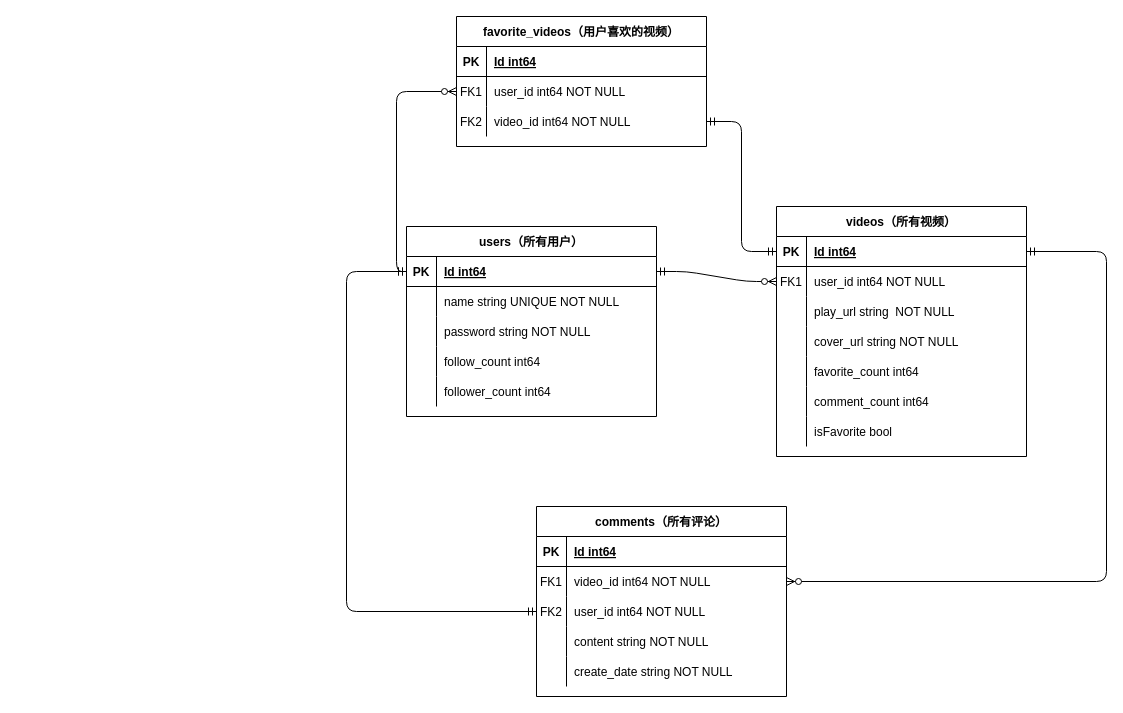
zenpk/mini-douyin keeps this draw.io diagram as ERD.drawio. Above is the earlier version. Source tidied: cells renumbered, new cells numbered last; positions are measured from the earlier drawing's top-left corner, leaving out a move shared by most shapes. Both pictures are drawn from the tidied source at 100%, with x=0, y=0 at pixel (346, 16).
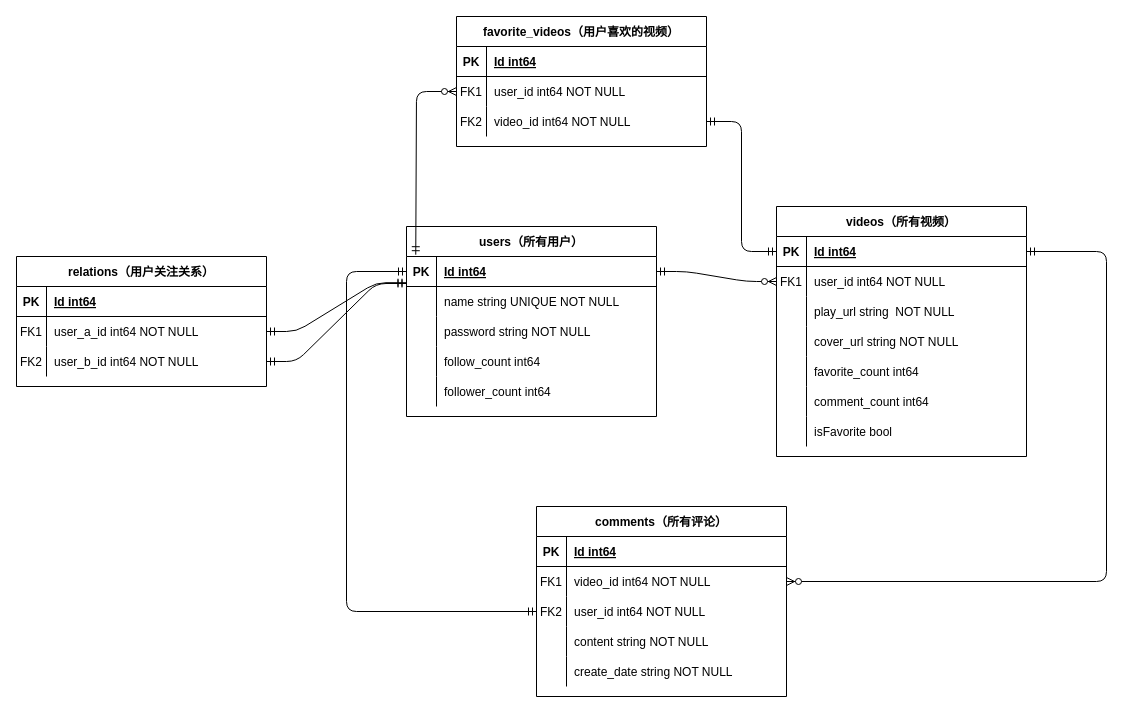
Above is the later version.

Unchanged cells that the change refers to:
```xml
<mxCell id="3" style="shape=partialRectangle;fillColor=none;points=[[0,0.5],[1,0.5]];portConstraint=eastwest;top=0;left=0;right=0;bottom=1;fontFamily=思源黑体;" parent="2" vertex="1">
  <mxGeometry y="30" width="250" height="30" as="geometry" />
</mxCell>
<mxCell id="41" style="shape=partialRectangle;fillColor=none;points=[[0,0.5],[1,0.5]];portConstraint=eastwest;top=0;left=0;right=0;bottom=1;fontFamily=思源黑体;" parent="40" vertex="1">
  <mxGeometry y="30" width="250" height="30" as="geometry" />
</mxCell>
<mxCell id="63" style="shape=partialRectangle;fillColor=none;points=[[0,0.5],[1,0.5]];portConstraint=eastwest;top=0;left=0;right=0;bottom=0;fontFamily=思源黑体;" parent="59" vertex="1">
  <mxGeometry y="60" width="250" height="30" as="geometry" />
</mxCell>
<mxCell id="66" style="shape=partialRectangle;fillColor=none;points=[[0,0.5],[1,0.5]];portConstraint=eastwest;top=0;left=0;right=0;bottom=0;fontFamily=思源黑体;" parent="59" vertex="1">
  <mxGeometry y="90" width="250" height="30" as="geometry" />
</mxCell>
```

The edit, as a diff of the source:
```diff
@@
+    <mxCell id="70" style="edgeStyle=orthogonalEdgeStyle;fontSize=12;html=1;endArrow=ERmandOne;startArrow=ERmandOne;exitX=1;exitY=0.5;exitDx=0;exitDy=0;entryX=0;entryY=0.5;entryDx=0;entryDy=0;" parent="1" edge="1" source="66" target="3">
+      <mxGeometry relative="1" as="geometry" />
+    </mxCell>
+    <mxCell id="71" value="relations（用户关注关系）" style="shape=table;startSize=30;childLayout=tableLayout;rowLines=0;fontStyle=1;align=center;fontFamily=思源黑体;" parent="1" vertex="1">
+      <mxGeometry x="-330" y="240" width="250" height="130" as="geometry" />
+    </mxCell>
+    <mxCell id="72" style="shape=partialRectangle;fillColor=none;top=0;left=0;right=0;bottom=1;fontFamily=思源黑体;" parent="71" vertex="1">
+      <mxGeometry y="30" width="250" height="30" as="geometry" />
+    </mxCell>
+    <mxCell id="73" value="PK" style="shape=partialRectangle;overflow=hidden;fillColor=none;top=0;left=0;bottom=0;right=0;fontStyle=1;fontFamily=思源黑体;" parent="72" vertex="1">
+      <mxGeometry width="30" height="30" as="geometry" />
+    </mxCell>
+    <mxCell id="74" value="Id int64" style="shape=partialRectangle;overflow=hidden;fillColor=none;top=0;left=0;bottom=0;right=0;align=left;spacingLeft=6;fontStyle=5;fontFamily=思源黑体;" parent="72" vertex="1">
+      <mxGeometry x="30" width="220" height="30" as="geometry" />
+    </mxCell>
+    <mxCell id="75" style="shape=partialRectangle;fillColor=none;points=[[0,0.5],[1,0.5]];portConstraint=eastwest;top=0;left=0;right=0;bottom=0;fontFamily=思源黑体;" parent="71" vertex="1">
+      <mxGeometry y="60" width="250" height="30" as="geometry" />
+    </mxCell>
+    <mxCell id="76" value="FK1" style="shape=partialRectangle;overflow=hidden;fillColor=none;top=0;left=0;bottom=0;right=0;fontFamily=思源黑体;" parent="75" vertex="1">
+      <mxGeometry width="30" height="30" as="geometry" />
+    </mxCell>
+    <mxCell id="77" value="user_a_id int64 NOT NULL " style="shape=partialRectangle;overflow=hidden;fillColor=none;top=0;left=0;bottom=0;right=0;align=left;spacingLeft=6;fontFamily=思源黑体;" parent="75" vertex="1">
+      <mxGeometry x="30" width="220" height="30" as="geometry" />
+    </mxCell>
+    <mxCell id="78" style="shape=partialRectangle;fillColor=none;points=[[0,0.5],[1,0.5]];portConstraint=eastwest;top=0;left=0;right=0;bottom=0;fontFamily=思源黑体;" parent="71" vertex="1">
+      <mxGeometry y="90" width="250" height="30" as="geometry" />
+    </mxCell>
+    <mxCell id="79" value="FK2" style="shape=partialRectangle;overflow=hidden;fillColor=none;top=0;left=0;bottom=0;right=0;fontFamily=思源黑体;" parent="78" vertex="1">
+      <mxGeometry width="30" height="30" as="geometry" />
+    </mxCell>
+    <mxCell id="80" value="user_b_id int64 NOT NULL " style="shape=partialRectangle;overflow=hidden;fillColor=none;top=0;left=0;bottom=0;right=0;align=left;spacingLeft=6;fontFamily=思源黑体;" parent="78" vertex="1">
+      <mxGeometry x="30" width="220" height="30" as="geometry" />
+    </mxCell>
+    <mxCell id="81" style="edgeStyle=entityRelationEdgeStyle;fontSize=12;html=1;endArrow=ERmandOne;startArrow=ERmandOne;rounded=1;exitX=1;exitY=0.5;exitDx=0;exitDy=0;entryX=-0.002;entryY=0.873;entryDx=0;entryDy=0;entryPerimeter=0;" parent="1" edge="1" source="75" target="41">
+      <mxGeometry relative="1" as="geometry" />
+    </mxCell>
-    <mxCell id="69" style="edgeStyle=orthogonalEdgeStyle;fontSize=12;html=1;endArrow=ERzeroToMany;startArrow=ERmandOne;exitX=0;exitY=0.5;exitDx=0;exitDy=0;entryX=0;entryY=0.5;entryDx=0;entryDy=0;fontFamily=思源黑体;" parent="1" edge="1" source="41" target="63">
-      <mxGeometry relative="1" as="geometry" />
+    <mxCell id="69" style="edgeStyle=elbowEdgeStyle;fontSize=12;html=1;endArrow=ERzeroToMany;startArrow=ERmandOne;rounded=1;entryX=0;entryY=0.5;entryDx=0;entryDy=0;exitX=0.037;exitY=-0.06;exitDx=0;exitDy=0;exitPerimeter=0;" parent="1" edge="1" source="41" target="63">
+      <mxGeometry relative="1" as="geometry">
+        <Array as="points">
+          <mxPoint x="70" y="140" />
+        </Array>
+      </mxGeometry>
     </mxCell>
-    <mxCell id="70" style="edgeStyle=orthogonalEdgeStyle;fontSize=12;html=1;endArrow=ERmandOne;startArrow=ERmandOne;exitX=1;exitY=0.5;exitDx=0;exitDy=0;entryX=0;entryY=0.5;entryDx=0;entryDy=0;" parent="1" edge="1" source="66" target="3">
-      <mxGeometry relative="1" as="geometry" />
-    </mxCell>
+    <mxCell id="82" style="edgeStyle=entityRelationEdgeStyle;fontSize=12;html=1;endArrow=ERmandOne;startArrow=ERmandOne;rounded=1;exitX=1;exitY=0.5;exitDx=0;exitDy=0;entryX=-0.002;entryY=0.9;entryDx=0;entryDy=0;entryPerimeter=0;" parent="1" edge="1" source="78" target="41">
+      <mxGeometry relative="1" as="geometry" />
+    </mxCell>
```
